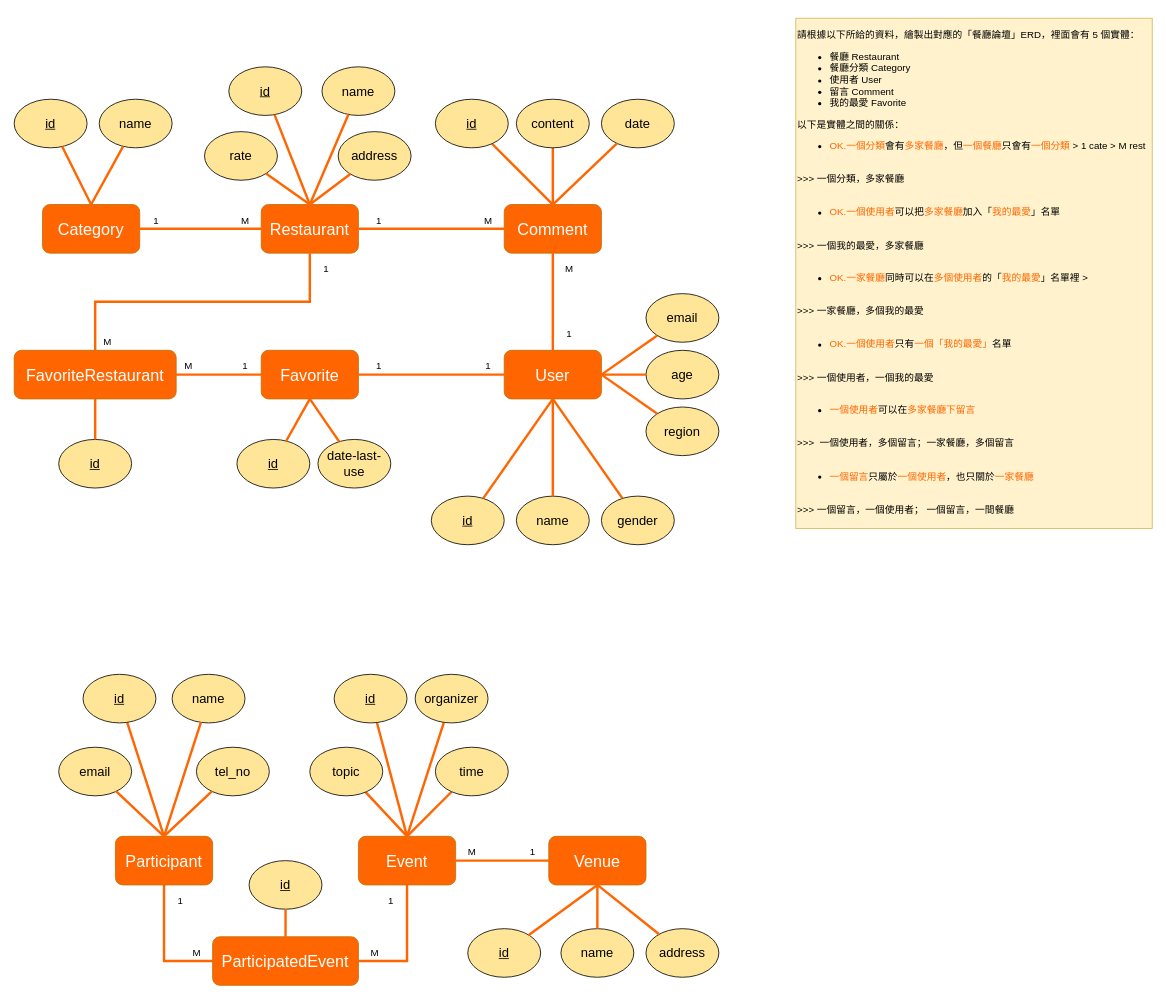
Earlier version of the draw.io diagram 餐廳論壇ERD-ver3.drawio (z88243310/bins). Source tidied: cells renumbered, new cells numbered last; positions are measured from the earlier drawing's top-left corner, leaving out a move shared by most shapes. Both pictures are drawn from the tidied source at 81%, with x=0, y=0 at pixel (14, 18).
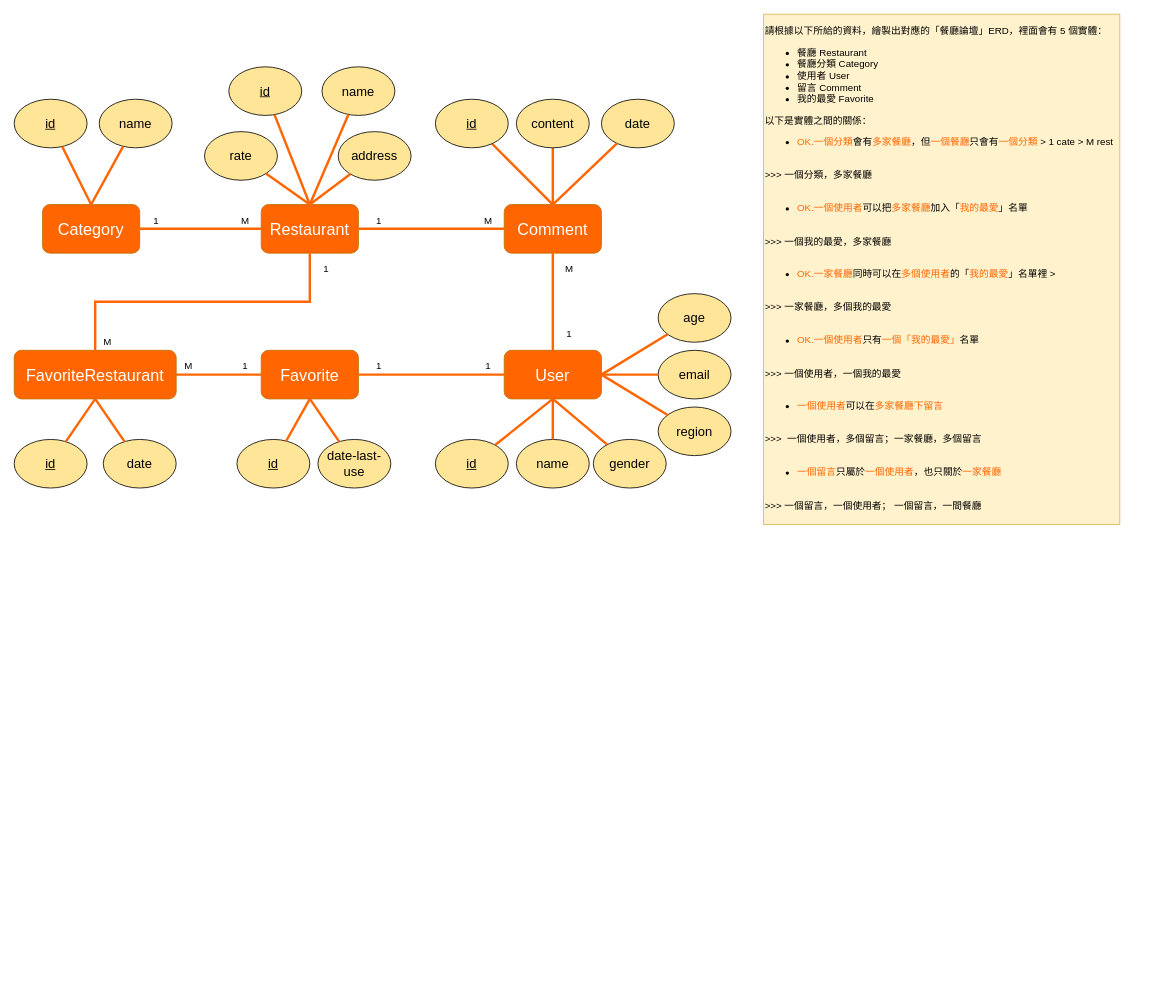
The same diagram, later.

Commit message (it also covers changes not shown here):
更新餐廳論壇ERD-ver3.drawio

The change refers to these unchanged cells:
```xml
<mxCell id="62" value="FavoriteRestaurant" style="rounded=1;whiteSpace=wrap;html=1;fillColor=#FF6602;strokeColor=#BD7000;fontColor=#FFFFFF;fontSize=20;" parent="1" vertex="1">
  <mxGeometry y="410" width="200" height="60" as="geometry" />
</mxCell>
```

Change to the diagram source:
```diff
@@
-    <mxCell id="2" style="edgeStyle=orthogonalEdgeStyle;rounded=0;jettySize=auto;html=1;entryX=0;entryY=0.5;entryDx=0;entryDy=0;strokeWidth=3;endArrow=none;endFill=0;strokeColor=#FF6602;" parent="1" edge="1" source="3" target="34">
-      <mxGeometry relative="1" as="geometry" />
-    </mxCell>
-    <mxCell id="3" value="Participant" style="rounded=1;whiteSpace=wrap;html=1;fillColor=#FF6602;strokeColor=#BD7000;fontColor=#FFFFFF;fontSize=20;" parent="1" vertex="1">
-      <mxGeometry x="125" y="1010" width="120" height="60" as="geometry" />
-    </mxCell>
-    <mxCell id="4" value="M" style="text;html=1;align=center;verticalAlign=middle;strokeColor=none;fillColor=none;" parent="1" vertex="1">
-      <mxGeometry x="215" y="1144" width="20" height="20" as="geometry" />
-    </mxCell>
-    <mxCell id="5" value="&lt;div&gt;M&lt;/div&gt;" style="text;html=1;align=center;verticalAlign=middle;strokeColor=none;fillColor=none;" parent="1" vertex="1">
-      <mxGeometry x="435" y="1144" width="20" height="20" as="geometry" />
-    </mxCell>
-    <mxCell id="6" style="edgeStyle=none;rounded=0;jettySize=auto;html=1;fontSize=16;fontColor=#FFFFFF;endArrow=none;endFill=0;strokeColor=#FF6602;strokeWidth=3;" parent="1" edge="1" source="7">
-      <mxGeometry relative="1" as="geometry">
-        <mxPoint x="185" y="1010" as="targetPoint" />
-      </mxGeometry>
-    </mxCell>
-    <mxCell id="7" value="&lt;u&gt;id&lt;/u&gt;" style="ellipse;whiteSpace=wrap;html=1;fillColor=#FFE598;fontSize=16;" parent="1" vertex="1">
-      <mxGeometry x="85" y="810" width="90" height="60" as="geometry" />
-    </mxCell>
-    <mxCell id="8" style="edgeStyle=orthogonalEdgeStyle;rounded=0;jettySize=auto;html=1;entryX=1;entryY=0.5;entryDx=0;entryDy=0;strokeWidth=3;endArrow=none;endFill=0;strokeColor=#FF6602;" parent="1" edge="1" source="9" target="34">
-      <mxGeometry relative="1" as="geometry" />
-    </mxCell>
-    <mxCell id="9" value="Event" style="rounded=1;whiteSpace=wrap;html=1;fillColor=#FF6602;strokeColor=#BD7000;fontColor=#FFFFFF;fontSize=20;" parent="1" vertex="1">
-      <mxGeometry x="425" y="1010" width="120" height="60" as="geometry" />
-    </mxCell>
-    <mxCell id="10" value="name" style="ellipse;whiteSpace=wrap;html=1;fillColor=#FFE598;fontSize=16;" parent="1" vertex="1">
-      <mxGeometry x="195" y="810" width="90" height="60" as="geometry" />
-    </mxCell>
-    <mxCell id="11" style="edgeStyle=none;rounded=0;jettySize=auto;html=1;fontSize=16;fontColor=#FFFFFF;endArrow=none;endFill=0;strokeColor=#FF6602;strokeWidth=3;entryX=0.5;entryY=0;entryDx=0;entryDy=0;" parent="1" edge="1" source="12" target="9">
-      <mxGeometry relative="1" as="geometry" />
-    </mxCell>
-    <mxCell id="12" value="topic" style="ellipse;whiteSpace=wrap;html=1;fillColor=#FFE598;fontSize=16;fontStyle=0;" parent="1" vertex="1">
-      <mxGeometry x="365" y="900" width="90" height="60" as="geometry" />
-    </mxCell>
-    <mxCell id="13" style="edgeStyle=none;rounded=0;jettySize=auto;html=1;fontSize=16;fontColor=#FFFFFF;endArrow=none;endFill=0;strokeColor=#FF6602;strokeWidth=3;entryX=0.5;entryY=0;entryDx=0;entryDy=0;" parent="1" edge="1" source="14" target="9">
-      <mxGeometry relative="1" as="geometry" />
-    </mxCell>
-    <mxCell id="14" value="organizer" style="ellipse;whiteSpace=wrap;html=1;fillColor=#FFE598;fontSize=16;" parent="1" vertex="1">
-      <mxGeometry x="495" y="810" width="90" height="60" as="geometry" />
-    </mxCell>
-    <mxCell id="15" style="edgeStyle=none;rounded=0;jettySize=auto;html=1;fontSize=16;fontColor=#FFFFFF;endArrow=none;endFill=0;strokeColor=#FF6602;strokeWidth=3;" parent="1" edge="1" source="16">
-      <mxGeometry relative="1" as="geometry">
-        <mxPoint x="485" y="1010" as="targetPoint" />
-      </mxGeometry>
-    </mxCell>
-    <mxCell id="16" value="time" style="ellipse;whiteSpace=wrap;html=1;fillColor=#FFE598;fontSize=16;" parent="1" vertex="1">
-      <mxGeometry x="520" y="900" width="90" height="60" as="geometry" />
-    </mxCell>
-    <mxCell id="17" style="edgeStyle=none;rounded=0;jettySize=auto;html=1;fontSize=16;fontColor=#FFFFFF;endArrow=none;endFill=0;strokeColor=#FF6602;strokeWidth=3;entryX=0.5;entryY=0;entryDx=0;entryDy=0;" parent="1" edge="1" source="18" target="9">
-      <mxGeometry relative="1" as="geometry" />
-    </mxCell>
-    <mxCell id="18" value="id" style="ellipse;whiteSpace=wrap;html=1;fillColor=#FFE598;fontSize=16;fontStyle=4;" parent="1" vertex="1">
-      <mxGeometry x="395" y="810" width="90" height="60" as="geometry" />
-    </mxCell>
-    <mxCell id="19" style="edgeStyle=none;rounded=0;jettySize=auto;html=1;fontSize=16;fontColor=#FFFFFF;endArrow=none;endFill=0;strokeColor=#FF6602;strokeWidth=3;entryX=0.5;entryY=0;entryDx=0;entryDy=0;" parent="1" edge="1" source="10" target="3">
-      <mxGeometry relative="1" as="geometry" />
-    </mxCell>
-    <mxCell id="20" value="Venue" style="rounded=1;whiteSpace=wrap;html=1;fillColor=#FF6602;strokeColor=#BD7000;fontColor=#FFFFFF;fontSize=20;" parent="1" vertex="1">
-      <mxGeometry x="660" y="1010" width="120" height="60" as="geometry" />
-    </mxCell>
-    <mxCell id="21" style="edgeStyle=none;rounded=0;jettySize=auto;html=1;fontSize=16;fontColor=#FFFFFF;endArrow=none;endFill=0;strokeColor=#FF6602;strokeWidth=3;exitX=1;exitY=0.5;exitDx=0;exitDy=0;" parent="1" edge="1" source="9" target="20">
-      <mxGeometry relative="1" as="geometry" />
-    </mxCell>
-    <mxCell id="22" value="M" style="text;html=1;align=center;verticalAlign=middle;strokeColor=none;fillColor=none;" parent="1" vertex="1">
-      <mxGeometry x="555" y="1020" width="20" height="20" as="geometry" />
-    </mxCell>
-    <mxCell id="23" value="1" style="text;html=1;align=center;verticalAlign=middle;strokeColor=none;fillColor=none;" parent="1" vertex="1">
-      <mxGeometry x="630" y="1020" width="20" height="20" as="geometry" />
-    </mxCell>
-    <mxCell id="24" value="tel_no" style="ellipse;whiteSpace=wrap;html=1;fillColor=#FFE598;fontSize=16;" parent="1" vertex="1">
-      <mxGeometry x="225" y="900" width="90" height="60" as="geometry" />
-    </mxCell>
-    <mxCell id="25" value="&lt;span style=&quot;white-space: pre&quot;&gt;email&lt;br&gt;&lt;/span&gt;" style="ellipse;whiteSpace=wrap;html=1;fillColor=#FFE598;fontSize=16;" parent="1" vertex="1">
-      <mxGeometry x="55" y="900" width="90" height="60" as="geometry" />
-    </mxCell>
-    <mxCell id="26" style="edgeStyle=none;rounded=0;jettySize=auto;html=1;fontSize=16;fontColor=#FFFFFF;endArrow=none;endFill=0;strokeColor=#FF6602;strokeWidth=3;exitX=0.5;exitY=0;exitDx=0;exitDy=0;" parent="1" edge="1" source="3" target="25">
-      <mxGeometry relative="1" as="geometry" />
-    </mxCell>
-    <mxCell id="27" style="edgeStyle=none;rounded=0;jettySize=auto;html=1;fontSize=16;fontColor=#FFFFFF;endArrow=none;endFill=0;strokeColor=#FF6602;strokeWidth=3;exitX=0.5;exitY=0;exitDx=0;exitDy=0;" parent="1" edge="1" source="3" target="24">
-      <mxGeometry relative="1" as="geometry" />
-    </mxCell>
-    <mxCell id="28" value="id" style="ellipse;whiteSpace=wrap;html=1;fillColor=#FFE598;fontSize=16;fontStyle=4;" parent="1" vertex="1">
-      <mxGeometry x="560" y="1124" width="90" height="60" as="geometry" />
-    </mxCell>
-    <mxCell id="29" style="edgeStyle=none;rounded=0;jettySize=auto;html=1;fontSize=16;fontColor=#FFFFFF;endArrow=none;endFill=0;strokeColor=#FF6602;strokeWidth=3;entryX=0.5;entryY=1;entryDx=0;entryDy=0;" parent="1" edge="1" source="28" target="20">
-      <mxGeometry relative="1" as="geometry" />
-    </mxCell>
-    <mxCell id="30" value="name" style="ellipse;whiteSpace=wrap;html=1;fillColor=#FFE598;fontSize=16;" parent="1" vertex="1">
-      <mxGeometry x="675" y="1124" width="90" height="60" as="geometry" />
-    </mxCell>
-    <mxCell id="31" value="address" style="ellipse;whiteSpace=wrap;html=1;fillColor=#FFE598;fontSize=16;" parent="1" vertex="1">
-      <mxGeometry x="780" y="1124" width="90" height="60" as="geometry" />
-    </mxCell>
-    <mxCell id="32" style="edgeStyle=none;rounded=0;jettySize=auto;html=1;fontSize=16;fontColor=#FFFFFF;endArrow=none;endFill=0;strokeColor=#FF6602;strokeWidth=3;" parent="1" edge="1" source="30" target="20">
-      <mxGeometry relative="1" as="geometry" />
-    </mxCell>
-    <mxCell id="33" style="edgeStyle=none;rounded=0;jettySize=auto;html=1;fontSize=16;fontColor=#FFFFFF;endArrow=none;endFill=0;strokeColor=#FF6602;strokeWidth=3;entryX=0.5;entryY=1;entryDx=0;entryDy=0;" parent="1" edge="1" source="31" target="20">
-      <mxGeometry relative="1" as="geometry" />
-    </mxCell>
-    <mxCell id="34" value="ParticipatedEvent" style="rounded=1;whiteSpace=wrap;html=1;fillColor=#FF6602;strokeColor=#BD7000;fontColor=#FFFFFF;fontSize=20;" parent="1" vertex="1">
-      <mxGeometry x="245" y="1134" width="180" height="60" as="geometry" />
-    </mxCell>
-    <mxCell id="35" value="1" style="text;html=1;align=center;verticalAlign=middle;strokeColor=none;fillColor=none;" parent="1" vertex="1">
-      <mxGeometry x="195" y="1080" width="20" height="20" as="geometry" />
-    </mxCell>
-    <mxCell id="36" value="1" style="text;html=1;align=center;verticalAlign=middle;strokeColor=none;fillColor=none;" parent="1" vertex="1">
-      <mxGeometry x="455" y="1080" width="20" height="20" as="geometry" />
-    </mxCell>
-    <mxCell id="37" value="id" style="ellipse;whiteSpace=wrap;html=1;fillColor=#FFE598;fontSize=16;fontStyle=4;" parent="1" vertex="1">
-      <mxGeometry x="290" y="1040" width="90" height="60" as="geometry" />
-    </mxCell>
-    <mxCell id="38" style="edgeStyle=none;rounded=0;jettySize=auto;html=1;fontSize=16;fontColor=#FFFFFF;endArrow=none;endFill=0;strokeColor=#FF6602;strokeWidth=3;entryX=0.5;entryY=0;entryDx=0;entryDy=0;" parent="1" edge="1" source="37" target="34">
-      <mxGeometry relative="1" as="geometry" />
-    </mxCell>
     <mxCell id="39" value="&lt;p&gt;請根據以下所給的資料，繪製出對應的「餐廳論壇」ERD，裡面會有 5 個實體：&lt;/p&gt;&lt;ul&gt;&lt;li&gt;餐廳 Restaurant&lt;/li&gt;&lt;li&gt;餐廳分類 Category&lt;/li&gt;&lt;li&gt;使用者 User&lt;/li&gt;&lt;li&gt;留言 Comment&lt;/li&gt;&lt;li&gt;我的最愛 Favorite&lt;/li&gt;&lt;/ul&gt;&lt;p&gt;以下是實體之間的關係：&lt;/p&gt;&lt;ul&gt;&lt;li&gt;&lt;font color=&quot;#FF6602&quot;&gt;OK.一個分類&lt;/font&gt;會有&lt;font color=&quot;#FF6602&quot;&gt;多家餐廳&lt;/font&gt;，但&lt;font color=&quot;#FF6602&quot;&gt;一個餐廳&lt;/font&gt;只會有&lt;font color=&quot;#FF6602&quot;&gt;一個分類&lt;/font&gt; &amp;gt; 1 cate &amp;gt; M rest&lt;/li&gt;&lt;/ul&gt;&lt;div&gt;&lt;br&gt;&lt;/div&gt;&lt;div&gt;&amp;gt;&amp;gt;&amp;gt; 一個分類，多家餐廳&lt;/div&gt;&lt;div&gt;&lt;br&gt;&lt;/div&gt;&lt;ul&gt;&lt;li&gt;&lt;font color=&quot;#FF6602&quot;&gt;OK.一個使用者&lt;/font&gt;可以把&lt;font color=&quot;#FF6602&quot;&gt;多家餐廳&lt;/font&gt;加入「&lt;font color=&quot;#FF6602&quot;&gt;我的最愛&lt;/font&gt;」名單 &lt;br&gt;&lt;/li&gt;&lt;/ul&gt;&lt;div&gt;&lt;br&gt;&lt;/div&gt;&lt;div&gt;&amp;gt;&amp;gt;&amp;gt; 一個我的最愛，多家餐廳&lt;/div&gt;&lt;div&gt;&lt;br&gt;&lt;/div&gt;&lt;ul&gt;&lt;li&gt;&lt;font color=&quot;#FF6602&quot;&gt;OK.一家餐廳&lt;/font&gt;同時可以在&lt;font color=&quot;#FF6602&quot;&gt;多個使用者&lt;/font&gt;的「&lt;font color=&quot;#FF6602&quot;&gt;我的最愛&lt;/font&gt;」名單裡 &amp;gt;&amp;nbsp;&lt;/li&gt;&lt;/ul&gt;&lt;div&gt;&lt;br&gt;&lt;/div&gt;&lt;div&gt;&amp;gt;&amp;gt;&amp;gt; 一家餐廳，多個我的最愛&lt;/div&gt;&lt;div&gt;&lt;br&gt;&lt;/div&gt;&lt;ul&gt;&lt;li&gt;&lt;font color=&quot;#FF6602&quot;&gt;OK.一個使用者&lt;/font&gt;只有&lt;font color=&quot;#FF6602&quot;&gt;一個「我的最愛」&lt;/font&gt;名單&lt;/li&gt;&lt;/ul&gt;&lt;div&gt;&lt;br&gt;&lt;/div&gt;&lt;div&gt;&amp;gt;&amp;gt;&amp;gt; 一個使用者，一個我的最愛&lt;/div&gt;&lt;div&gt;&lt;br&gt;&lt;/div&gt;&lt;ul&gt;&lt;li&gt;&lt;font color=&quot;#FF6602&quot;&gt;一個使用者&lt;/font&gt;可以在&lt;font color=&quot;#FF6602&quot;&gt;多家餐廳下留言&amp;nbsp;&lt;/font&gt;&lt;/li&gt;&lt;/ul&gt;&lt;div&gt;&lt;br&gt;&lt;/div&gt;&lt;div&gt;&lt;font color=&quot;#FF6602&quot;&gt;&lt;font color=&quot;#000000&quot;&gt;&amp;gt;&amp;gt;&amp;gt;&amp;nbsp; 一個使用者，多個留言；一家餐廳，多個留言&lt;/font&gt;&lt;br&gt;&lt;/font&gt;&lt;/div&gt;&lt;div&gt;&lt;font color=&quot;#FF6602&quot;&gt;&lt;br&gt;&lt;/font&gt;&lt;/div&gt;&lt;ul&gt;&lt;li&gt;&lt;font color=&quot;#FF6602&quot;&gt;一個留言&lt;/font&gt;只屬於&lt;font color=&quot;#FF6602&quot;&gt;一個使用者&lt;/font&gt;，也只關於&lt;font color=&quot;#FF6602&quot;&gt;一家餐廳 &lt;br&gt;&lt;/font&gt;&lt;/li&gt;&lt;/ul&gt;&lt;div&gt;&lt;br&gt;&lt;/div&gt;&lt;div&gt;&lt;font color=&quot;#FF6602&quot;&gt;&lt;font color=&quot;#000000&quot;&gt;&amp;gt;&amp;gt;&amp;gt; 一個留言，一個使用者； 一個留言，一間餐廳&lt;/font&gt;&lt;br&gt;&lt;/font&gt;&lt;/div&gt;&lt;div&gt;&lt;font color=&quot;#FF6602&quot;&gt;&lt;br&gt;&lt;/font&gt;&lt;/div&gt;" style="text;html=1;align=left;verticalAlign=middle;strokeColor=#d6b656;fillColor=#fff2cc;" parent="1" vertex="1">
-      <mxGeometry x="965" width="440" height="630" as="geometry" />
+      <mxGeometry x="925" y="-5" width="440" height="630" as="geometry" />
     </mxCell>
@@
     <mxCell id="64" value="&lt;u&gt;id&lt;/u&gt;" style="ellipse;whiteSpace=wrap;html=1;fillColor=#FFE598;fontSize=16;" parent="1" vertex="1">
-      <mxGeometry x="515" y="590" width="90" height="60" as="geometry" />
+      <mxGeometry x="520" y="520" width="90" height="60" as="geometry" />
     </mxCell>
     <mxCell id="65" value="region" style="ellipse;whiteSpace=wrap;html=1;fillColor=#FFE598;fontSize=16;" parent="1" vertex="1">
-      <mxGeometry x="780" y="480" width="90" height="60" as="geometry" />
+      <mxGeometry x="795" y="480" width="90" height="60" as="geometry" />
     </mxCell>
@@
-    <mxCell id="67" value="email" style="ellipse;whiteSpace=wrap;html=1;fillColor=#FFE598;fontSize=16;" parent="1" vertex="1">
-      <mxGeometry x="780" y="340" width="90" height="60" as="geometry" />
+    <mxCell id="67" value="age" style="ellipse;whiteSpace=wrap;html=1;fillColor=#FFE598;fontSize=16;" parent="1" vertex="1">
+      <mxGeometry x="795" y="340" width="90" height="60" as="geometry" />
     </mxCell>
     <mxCell id="68" value="gender" style="ellipse;whiteSpace=wrap;html=1;fillColor=#FFE598;fontSize=16;" parent="1" vertex="1">
-      <mxGeometry x="725" y="590" width="90" height="60" as="geometry" />
+      <mxGeometry x="715" y="520" width="90" height="60" as="geometry" />
     </mxCell>
     <mxCell id="69" value="name" style="ellipse;whiteSpace=wrap;html=1;fillColor=#FFE598;fontSize=16;" parent="1" vertex="1">
-      <mxGeometry x="620" y="590" width="90" height="60" as="geometry" />
+      <mxGeometry x="620" y="520" width="90" height="60" as="geometry" />
     </mxCell>
-    <mxCell id="70" value="age" style="ellipse;whiteSpace=wrap;html=1;fillColor=#FFE598;fontSize=16;" parent="1" vertex="1">
-      <mxGeometry x="780" y="410" width="90" height="60" as="geometry" />
+    <mxCell id="70" value="email" style="ellipse;whiteSpace=wrap;html=1;fillColor=#FFE598;fontSize=16;" parent="1" vertex="1">
+      <mxGeometry x="795" y="410" width="90" height="60" as="geometry" />
     </mxCell>
@@
     <mxCell id="95" value="&lt;u&gt;id&lt;/u&gt;" style="ellipse;whiteSpace=wrap;html=1;fillColor=#FFE598;fontSize=16;" parent="1" vertex="1">
-      <mxGeometry x="55" y="520" width="90" height="60" as="geometry" />
+      <mxGeometry y="520" width="90" height="60" as="geometry" />
     </mxCell>
@@
+    <mxCell id="100" value="date" style="ellipse;whiteSpace=wrap;html=1;fillColor=#FFE598;fontSize=16;" parent="1" vertex="1">
+      <mxGeometry x="110" y="520" width="90" height="60" as="geometry" />
+    </mxCell>
+    <mxCell id="101" style="edgeStyle=none;rounded=0;jettySize=auto;html=1;fontSize=16;fontColor=#FFFFFF;endArrow=none;endFill=0;strokeColor=#FF6602;strokeWidth=3;exitX=0.5;exitY=1;exitDx=0;exitDy=0;" parent="1" edge="1" source="62" target="100">
+      <mxGeometry relative="1" as="geometry" />
+    </mxCell>
```
